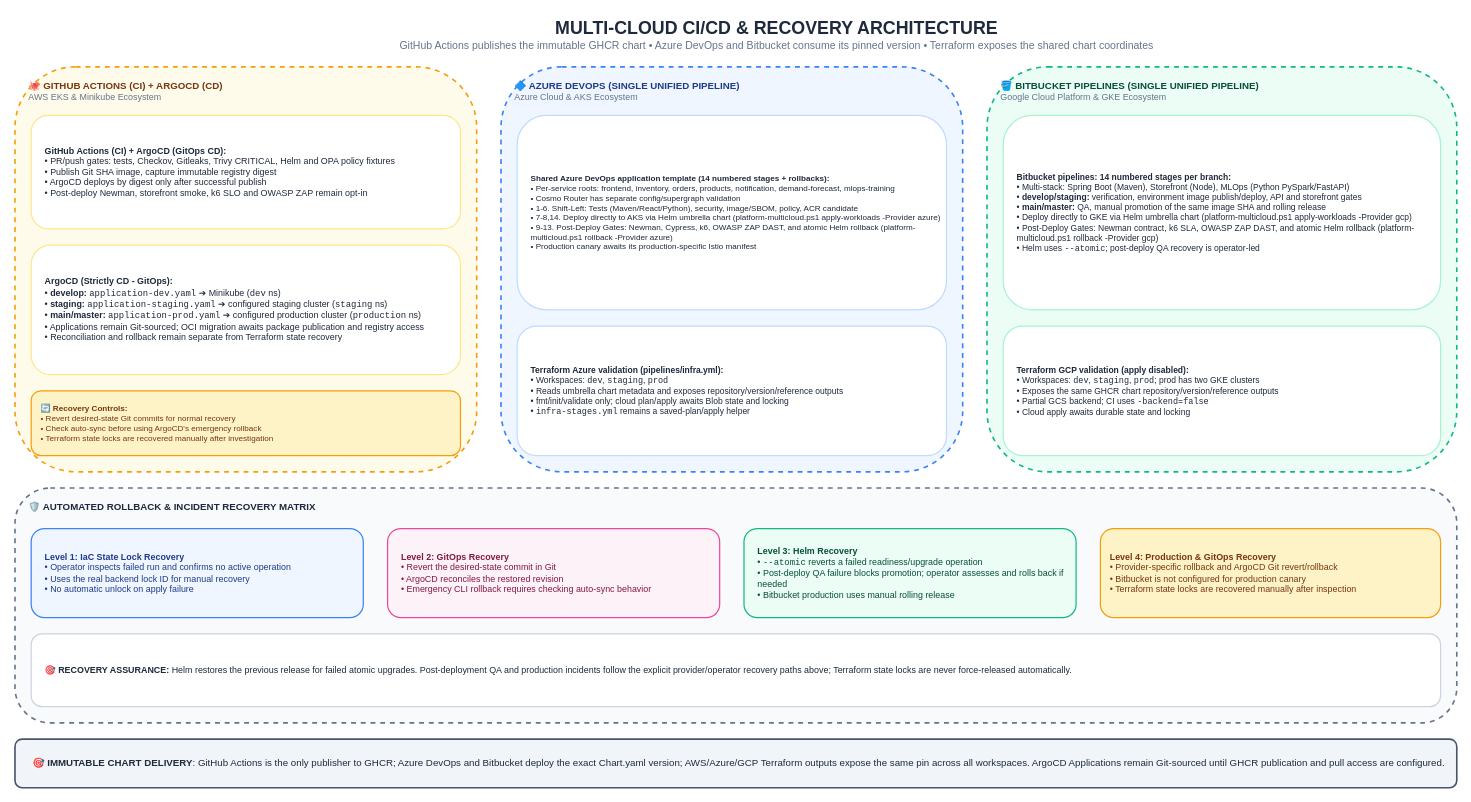
This is page "12. Multi-Cloud CI/CD & Recovery Architecture" (12 of 16) of docs/Diagrams.drawio from GeorgeGxx/microservices-architecture, a draw.io file, before an edit. Source tidied: cells renumbered, new cells numbered last; positions are measured from the earlier drawing's top-left corner, leaving out a move shared by most shapes. Both pictures are drawn from the tidied source at 81%, with x=0, y=0 at pixel (15, 14).
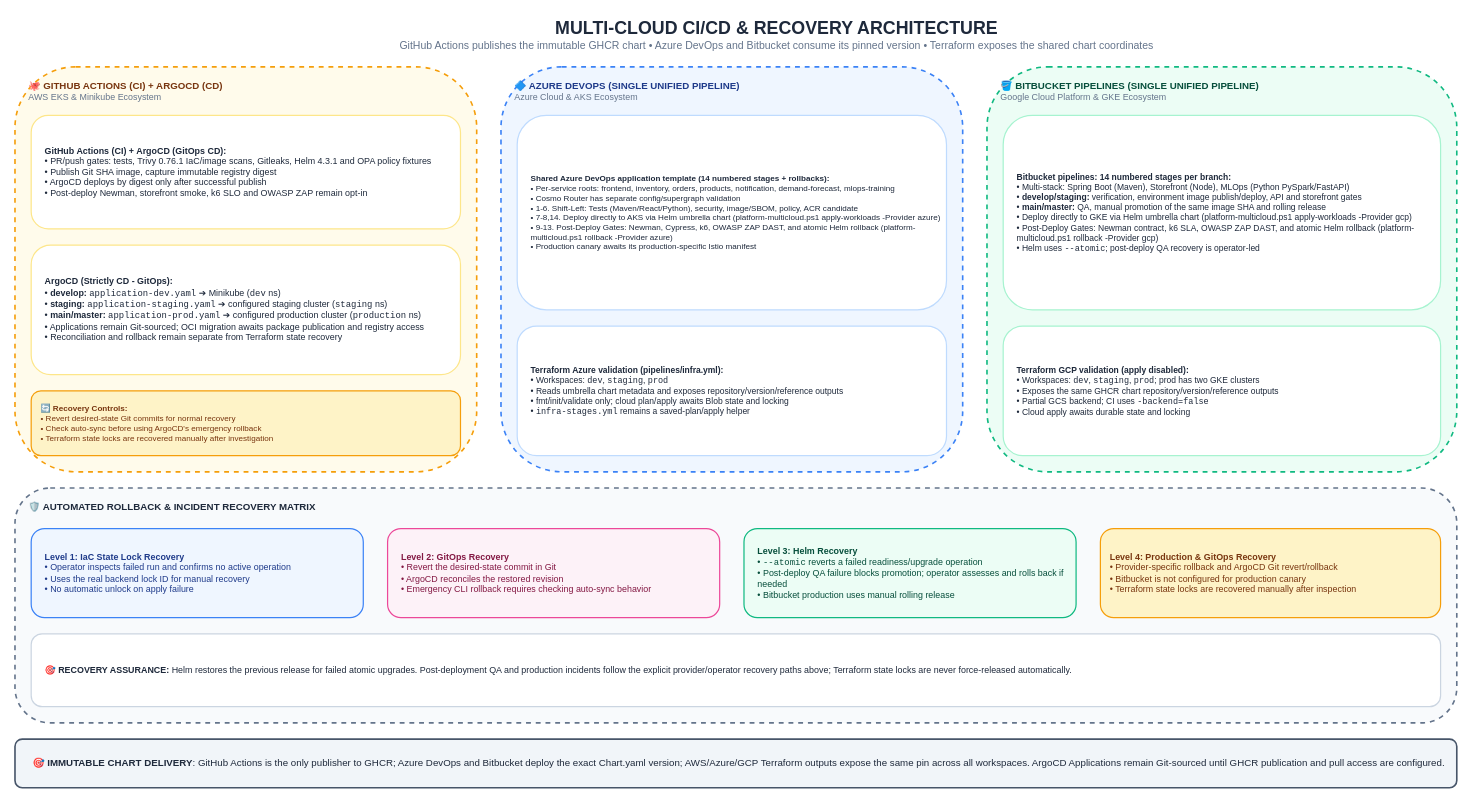
Above is the later version.

Diff of the diagram source:
```diff
@@
 <mxGraphModel>
   <root>
     <mxCell id="0" />
     <mxCell id="1" parent="0" />
     <mxCell id="2" value="&lt;b style='font-size:22px;color:#1E293B;'&gt;MULTI-CLOUD CI/CD &amp; RECOVERY ARCHITECTURE&lt;/b&gt;&lt;br&gt;&lt;span style='font-size:13px;color:#64748B;'&gt;GitHub Actions publishes the immutable GHCR chart • Azure DevOps and Bitbucket consume its pinned version • Terraform exposes the shared chart coordinates&lt;/span&gt;" style="text;html=1;align=center;verticalAlign=middle;rounded=0;" parent="1" vertex="1">
       <mxGeometry x="240" width="1400" height="50" as="geometry" />
     </mxCell>
     <mxCell id="3" value="&lt;b&gt;🐙 GITHUB ACTIONS (CI) + ARGOCD (CD)&lt;/b&gt;&lt;br&gt;&lt;span style='font-size:11px;color:#64748B;'&gt;AWS EKS &amp; Minikube Ecosystem&lt;/span&gt;" style="rounded=1;whiteSpace=wrap;html=1;fillColor=#FFFBEB;strokeColor=#F59E0B;strokeWidth=2;verticalAlign=top;align=left;spacingLeft=15;spacingTop=10;fontColor=#78350F;fontSize=12;dashed=1;" parent="1" vertex="1">
       <mxGeometry y="65" width="570" height="500" as="geometry" />
     </mxCell>
-    <mxCell id="4" value="&lt;b&gt;GitHub Actions (CI) + ArgoCD (GitOps CD):&lt;/b&gt;&lt;br&gt;• PR/push gates: tests, Checkov, Gitleaks, Trivy CRITICAL, Helm and OPA policy fixtures&lt;br&gt;• Publish Git SHA image, capture immutable registry digest&lt;br&gt;• ArgoCD deploys by digest only after successful publish&lt;br&gt;• Post-deploy Newman, storefront smoke, k6 SLO and OWASP ZAP remain opt-in" style="rounded=1;whiteSpace=wrap;html=1;fillColor=#FFFFFF;strokeColor=#FDE68A;strokeWidth=1.5;fontColor=#1E293B;fontSize=11;align=left;spacingLeft=15;" parent="1" vertex="1">
+    <mxCell id="4" value="&lt;b&gt;GitHub Actions (CI) + ArgoCD (GitOps CD):&lt;/b&gt;&lt;br&gt;• PR/push gates: tests, Trivy 0.76.1 IaC/image scans, Gitleaks, Helm 4.3.1 and OPA policy fixtures&lt;br&gt;• Publish Git SHA image, capture immutable registry digest&lt;br&gt;• ArgoCD deploys by digest only after successful publish&lt;br&gt;• Post-deploy Newman, storefront smoke, k6 SLO and OWASP ZAP remain opt-in" style="rounded=1;whiteSpace=wrap;html=1;fillColor=#FFFFFF;strokeColor=#FDE68A;strokeWidth=1.5;fontColor=#1E293B;fontSize=11;align=left;spacingLeft=15;" parent="1" vertex="1">
       <mxGeometry x="20" y="125" width="530" height="140" as="geometry" />
     </mxCell>
     <mxCell id="5" value="&lt;b&gt;ArgoCD (Strictly CD - GitOps):&lt;/b&gt;&lt;br&gt;• &lt;b&gt;develop:&lt;/b&gt; &lt;code&gt;application-dev.yaml&lt;/code&gt; ➔ Minikube (&lt;code&gt;dev&lt;/code&gt; ns)&lt;br&gt;• &lt;b&gt;staging:&lt;/b&gt; &lt;code&gt;application-staging.yaml&lt;/code&gt; ➔ configured staging cluster (&lt;code&gt;staging&lt;/code&gt; ns)&lt;br&gt;• &lt;b&gt;main/master:&lt;/b&gt; &lt;code&gt;application-prod.yaml&lt;/code&gt; ➔ configured production cluster (&lt;code&gt;production&lt;/code&gt; ns)&lt;br&gt;• Applications remain Git-sourced; OCI migration awaits package publication and registry access&lt;br&gt;• Reconciliation and rollback remain separate from Terraform state recovery" style="rounded=1;whiteSpace=wrap;html=1;fillColor=#FFFFFF;strokeColor=#FDE68A;strokeWidth=1.5;fontColor=#1E293B;fontSize=11;align=left;spacingLeft=15;" parent="1" vertex="1">
       <mxGeometry x="20" y="285" width="530" height="160" as="geometry" />
     </mxCell>
     <mxCell id="6" value="&lt;b&gt;🔄 Recovery Controls:&lt;/b&gt;&lt;br&gt;• Revert desired-state Git commits for normal recovery&lt;br&gt;• Check auto-sync before using ArgoCD's emergency rollback&lt;br&gt;• Terraform state locks are recovered manually after investigation" style="rounded=1;whiteSpace=wrap;html=1;fillColor=#FEF3C7;strokeColor=#F59E0B;strokeWidth=1.5;fontColor=#78350F;fontSize=10;align=left;spacingLeft=10;" parent="1" vertex="1">
       <mxGeometry x="20" y="465" width="530" height="80" as="geometry" />
     </mxCell>
     <mxCell id="7" value="&lt;b&gt;🔷 AZURE DEVOPS (SINGLE UNIFIED PIPELINE)&lt;/b&gt;&lt;br&gt;&lt;span style='font-size:11px;color:#64748B;'&gt;Azure Cloud &amp; AKS Ecosystem&lt;/span&gt;" style="rounded=1;whiteSpace=wrap;html=1;fillColor=#EFF6FF;strokeColor=#3B82F6;strokeWidth=2;verticalAlign=top;align=left;spacingLeft=15;spacingTop=10;fontColor=#1E3A8A;fontSize=12;dashed=1;" parent="1" vertex="1">
       <mxGeometry x="600" y="65" width="570" height="500" as="geometry" />
     </mxCell>
     <mxCell id="8" value="&lt;b&gt;Shared Azure DevOps application template (14 numbered stages + rollbacks):&lt;/b&gt;&lt;br&gt;• Per-service roots: frontend, inventory, orders, products, notification, demand-forecast, mlops-training&lt;br&gt;• Cosmo Router has separate config/supergraph validation&lt;br&gt;• 1-6. Shift-Left: Tests (Maven/React/Python), security, image/SBOM, policy, ACR candidate&lt;br&gt;• 7-8,14. Deploy directly to AKS via Helm umbrella chart (platform-multicloud.ps1 apply-workloads -Provider azure)&lt;br&gt;• 9-13. Post-Deploy Gates: Newman, Cypress, k6, OWASP ZAP DAST, and atomic Helm rollback (platform-multicloud.ps1 rollback -Provider azure)&lt;br&gt;• Production canary awaits its production-specific Istio manifest" style="rounded=1;whiteSpace=wrap;html=1;fillColor=#FFFFFF;strokeColor=#BFDBFE;strokeWidth=1.5;fontColor=#1E293B;fontSize=10;align=left;spacingLeft=15;" parent="1" vertex="1">
       <mxGeometry x="620" y="125" width="530" height="240" as="geometry" />
     </mxCell>
     <mxCell id="9" value="&lt;b&gt;Terraform Azure validation (pipelines/infra.yml):&lt;/b&gt;&lt;br&gt;• Workspaces: &lt;code&gt;dev&lt;/code&gt;, &lt;code&gt;staging&lt;/code&gt;, &lt;code&gt;prod&lt;/code&gt;&lt;br&gt;• Reads umbrella chart metadata and exposes repository/version/reference outputs&lt;br&gt;• fmt/init/validate only; cloud plan/apply awaits Blob state and locking&lt;br&gt;• &lt;code&gt;infra-stages.yml&lt;/code&gt; remains a saved-plan/apply helper" style="rounded=1;whiteSpace=wrap;html=1;fillColor=#FFFFFF;strokeColor=#BFDBFE;strokeWidth=1.5;fontColor=#1E293B;fontSize=10.5;align=left;spacingLeft=15;" parent="1" vertex="1">
       <mxGeometry x="620" y="385" width="530" height="160" as="geometry" />
     </mxCell>
     <mxCell id="10" value="&lt;b&gt;🪣 BITBUCKET PIPELINES (SINGLE UNIFIED PIPELINE)&lt;/b&gt;&lt;br&gt;&lt;span style='font-size:11px;color:#64748B;'&gt;Google Cloud Platform &amp; GKE Ecosystem&lt;/span&gt;" style="rounded=1;whiteSpace=wrap;html=1;fillColor=#ECFDF5;strokeColor=#10B981;strokeWidth=2;verticalAlign=top;align=left;spacingLeft=15;spacingTop=10;fontColor=#064E3B;fontSize=12;dashed=1;" parent="1" vertex="1">
       <mxGeometry x="1200" y="65" width="580" height="500" as="geometry" />
     </mxCell>
     <mxCell id="11" value="&lt;b&gt;Bitbucket pipelines: 14 numbered stages per branch:&lt;/b&gt;&lt;br&gt;• Multi-stack: Spring Boot (Maven), Storefront (Node), MLOps (Python PySpark/FastAPI)&lt;br&gt;• &lt;b&gt;develop/staging:&lt;/b&gt; verification, environment image publish/deploy, API and storefront gates&lt;br&gt;• &lt;b&gt;main/master:&lt;/b&gt; QA, manual promotion of the same image SHA and rolling release&lt;br&gt;• Deploy directly to GKE via Helm umbrella chart (platform-multicloud.ps1 apply-workloads -Provider gcp)&lt;br&gt;• Post-Deploy Gates: Newman contract, k6 SLA, OWASP ZAP DAST, and atomic Helm rollback (platform-multicloud.ps1 rollback -Provider gcp)&lt;br&gt;• Helm uses &lt;code&gt;--atomic&lt;/code&gt;; post-deploy QA recovery is operator-led" style="rounded=1;whiteSpace=wrap;html=1;fillColor=#FFFFFF;strokeColor=#A7F3D0;strokeWidth=1.5;fontColor=#1E293B;fontSize=10.5;align=left;spacingLeft=15;" parent="1" vertex="1">
       <mxGeometry x="1220" y="125" width="540" height="240" as="geometry" />
     </mxCell>
     <mxCell id="12" value="&lt;b&gt;Terraform GCP validation (apply disabled):&lt;/b&gt;&lt;br&gt;• Workspaces: &lt;code&gt;dev&lt;/code&gt;, &lt;code&gt;staging&lt;/code&gt;, &lt;code&gt;prod&lt;/code&gt;; prod has two GKE clusters&lt;br&gt;• Exposes the same GHCR chart repository/version/reference outputs&lt;br&gt;• Partial GCS backend; CI uses &lt;code&gt;-backend=false&lt;/code&gt;&lt;br&gt;• Cloud apply awaits durable state and locking" style="rounded=1;whiteSpace=wrap;html=1;fillColor=#FFFFFF;strokeColor=#A7F3D0;strokeWidth=1.5;fontColor=#1E293B;fontSize=10.5;align=left;spacingLeft=15;" parent="1" vertex="1">
       <mxGeometry x="1220" y="385" width="540" height="160" as="geometry" />
     </mxCell>
     <mxCell id="13" value="&lt;b&gt;🛡️ AUTOMATED ROLLBACK &amp; INCIDENT RECOVERY MATRIX&lt;/b&gt;" style="rounded=1;whiteSpace=wrap;html=1;fillColor=#F8FAFC;strokeColor=#64748B;strokeWidth=2;verticalAlign=top;align=left;spacingLeft=15;spacingTop=10;fontColor=#1E293B;fontSize=12;dashed=1;" parent="1" vertex="1">
       <mxGeometry y="585" width="1780" height="290" as="geometry" />
     </mxCell>
     <mxCell id="14" value="&lt;b&gt;Level 1: IaC State Lock Recovery&lt;/b&gt;&lt;br&gt;• Operator inspects failed run and confirms no active operation&lt;br&gt;• Uses the real backend lock ID for manual recovery&lt;br&gt;• No automatic unlock on apply failure" style="rounded=1;whiteSpace=wrap;html=1;fillColor=#EFF6FF;strokeColor=#3B82F6;strokeWidth=1.5;fontColor=#1E3A8A;fontSize=11;align=left;spacingLeft=15;" parent="1" vertex="1">
       <mxGeometry x="20" y="635" width="410" height="110" as="geometry" />
     </mxCell>
     <mxCell id="15" value="&lt;b&gt;Level 2: GitOps Recovery&lt;/b&gt;&lt;br&gt;• Revert the desired-state commit in Git&lt;br&gt;• ArgoCD reconciles the restored revision&lt;br&gt;• Emergency CLI rollback requires checking auto-sync behavior" style="rounded=1;whiteSpace=wrap;html=1;fillColor=#FDF2F8;strokeColor=#EC4899;strokeWidth=1.5;fontColor=#831843;fontSize=11;align=left;spacingLeft=15;" parent="1" vertex="1">
       <mxGeometry x="460" y="635" width="410" height="110" as="geometry" />
     </mxCell>
     <mxCell id="16" value="&lt;b&gt;Level 3: Helm Recovery&lt;/b&gt;&lt;br&gt;• &lt;code&gt;--atomic&lt;/code&gt; reverts a failed readiness/upgrade operation&lt;br&gt;• Post-deploy QA failure blocks promotion; operator assesses and rolls back if needed&lt;br&gt;• Bitbucket production uses manual rolling release" style="rounded=1;whiteSpace=wrap;html=1;fillColor=#ECFDF5;strokeColor=#10B981;strokeWidth=1.5;fontColor=#064E3B;fontSize=11;align=left;spacingLeft=15;" parent="1" vertex="1">
       <mxGeometry x="900" y="635" width="410" height="110" as="geometry" />
     </mxCell>
     <mxCell id="17" value="&lt;b&gt;Level 4: Production &amp; GitOps Recovery&lt;/b&gt;&lt;br&gt;• Provider-specific rollback and ArgoCD Git revert/rollback&lt;br&gt;• Bitbucket is not configured for production canary&lt;br&gt;• Terraform state locks are recovered manually after inspection" style="rounded=1;whiteSpace=wrap;html=1;fillColor=#FEF3C7;strokeColor=#F59E0B;strokeWidth=1.5;fontColor=#78350F;fontSize=11;align=left;spacingLeft=10;" parent="1" vertex="1">
       <mxGeometry x="1340" y="635" width="420" height="110" as="geometry" />
     </mxCell>
     <mxCell id="18" value="&lt;b&gt;🎯 RECOVERY ASSURANCE:&lt;/b&gt; Helm restores the previous release for failed atomic upgrades. Post-deployment QA and production incidents follow the explicit provider/operator recovery paths above; Terraform state locks are never force-released automatically." style="rounded=1;whiteSpace=wrap;html=1;fillColor=#FFFFFF;strokeColor=#CBD5E1;strokeWidth=1.5;fontColor=#1E293B;fontSize=11;align=left;spacingLeft=15;" parent="1" vertex="1">
       <mxGeometry x="20" y="765" width="1740" height="90" as="geometry" />
     </mxCell>
     <mxCell id="19" value="&lt;b&gt;🎯 IMMUTABLE CHART DELIVERY&lt;/b&gt;: GitHub Actions is the only publisher to GHCR; Azure DevOps and Bitbucket deploy the exact Chart.yaml version; AWS/Azure/GCP Terraform outputs expose the same pin across all workspaces. ArgoCD Applications remain Git-sourced until GHCR publication and pull access are configured." style="rounded=1;whiteSpace=wrap;html=1;fillColor=#F1F5F9;strokeColor=#475569;strokeWidth=2;fontColor=#1E293B;fontSize=12;align=left;spacingLeft=20;" parent="1" vertex="1">
       <mxGeometry y="895" width="1780" height="60" as="geometry" />
     </mxCell>
   </root>
 </mxGraphModel>
```
